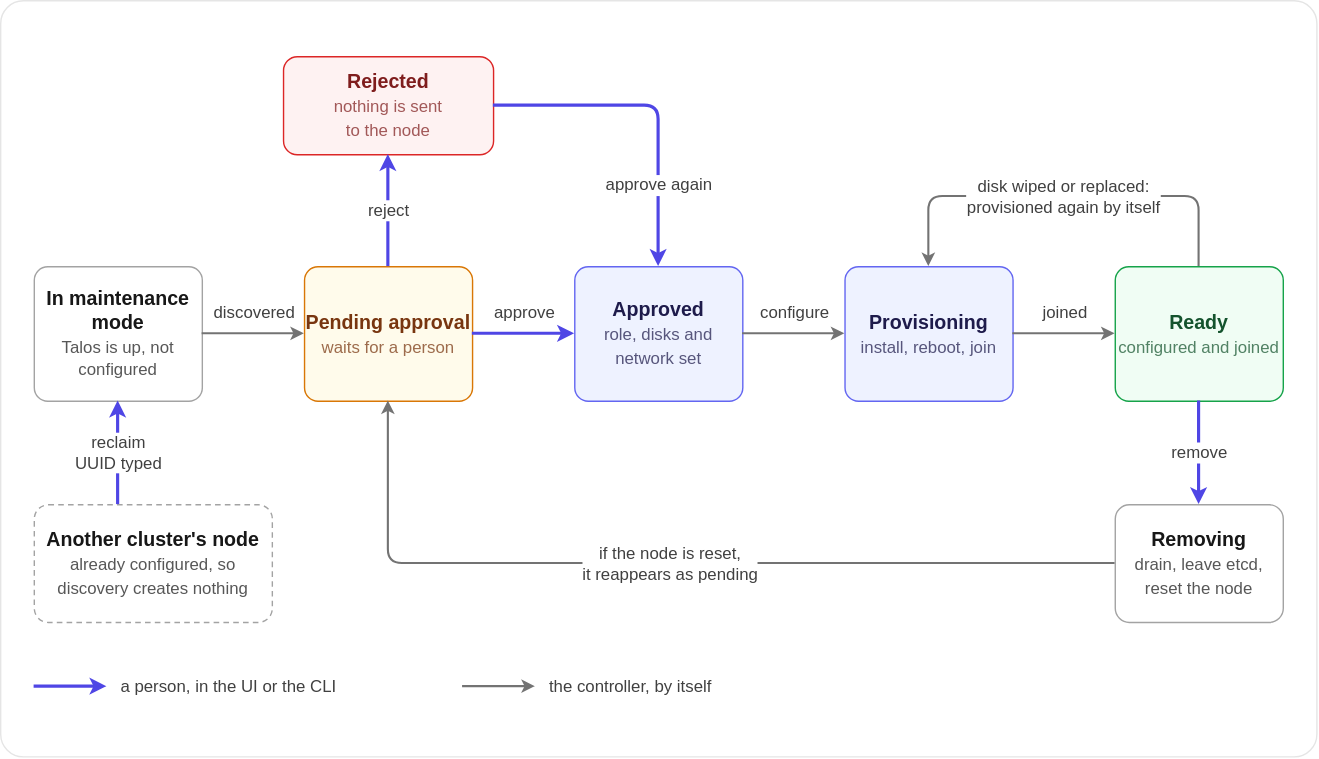
This is docs/images/machine-lifecycle.light.drawio.svg from maeshinshin/ichor, a draw.io export, as it was before one commit. Source tidied: cells renumbered, new cells last; positions are measured from the earlier drawing's top-left corner, leaving out a move shared by most shapes.
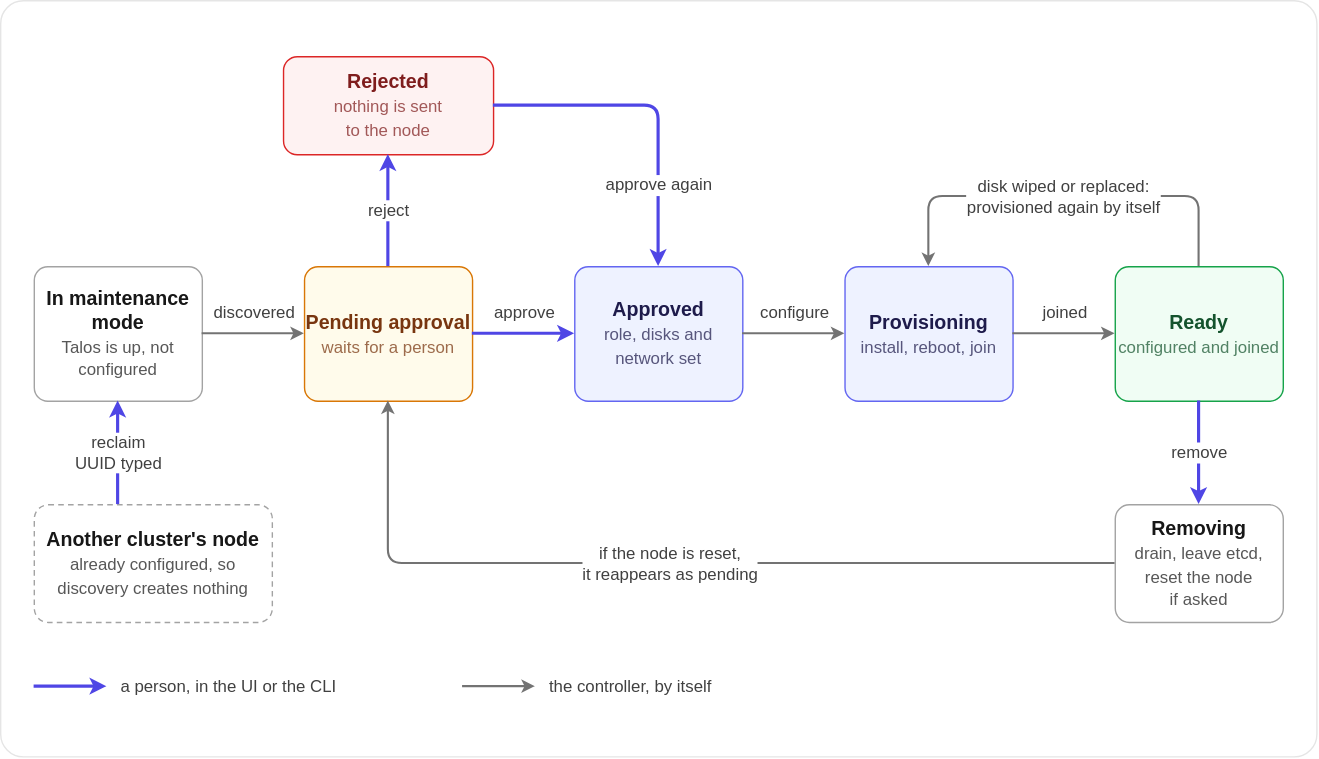
After the change.

Commit message:
docs(diagrams): machine-lifecycle: say the node is reset only if asked

What changed in the source:
```diff
@@ -23,7 +23,7 @@
     <mxCell id="8" value="&lt;b&gt;Rejected&lt;/b&gt;&lt;br&gt;&lt;span style=&quot;font-size:12px;opacity:0.72&quot;&gt;nothing is sent&lt;br&gt;to the node&lt;/span&gt;" style="rounded=1;arcSize=14;whiteSpace=wrap;html=1;fillColor=light-dark(#FEF2F2,#2D1213);strokeColor=light-dark(#DC2626,#F87171);strokeWidth=1;fontColor=light-dark(#7F1D1D,#FECACA);fontFamily=Helvetica;fontSize=14;align=center;verticalAlign=middle;" parent="1" vertex="1">
       <mxGeometry x="202" y="40" width="150" height="70" as="geometry" />
     </mxCell>
-    <mxCell id="9" value="&lt;b&gt;Removing&lt;/b&gt;&lt;br&gt;&lt;span style=&quot;font-size:12px;opacity:0.72&quot;&gt;drain, leave etcd, reset the node&lt;/span&gt;" style="rounded=1;arcSize=12;whiteSpace=wrap;html=1;fillColor=light-dark(#FFFFFF,#1A1A1A);strokeColor=light-dark(#A3A3A3,#525252);strokeWidth=1;fontColor=light-dark(#171717,#FAFAFA);fontFamily=Helvetica;fontSize=14;align=center;verticalAlign=middle;" parent="1" vertex="1">
+    <mxCell id="9" value="&lt;b&gt;Removing&lt;/b&gt;&lt;br&gt;&lt;span style=&quot;font-size:12px;opacity:0.72&quot;&gt;drain, leave etcd,&lt;br&gt;reset the node&lt;br&gt;if asked&lt;/span&gt;" style="rounded=1;arcSize=12;whiteSpace=wrap;html=1;fillColor=light-dark(#FFFFFF,#1A1A1A);strokeColor=light-dark(#A3A3A3,#525252);strokeWidth=1;fontColor=light-dark(#171717,#FAFAFA);fontFamily=Helvetica;fontSize=14;align=center;verticalAlign=middle;" parent="1" vertex="1">
       <mxGeometry x="796" y="360" width="120" height="84" as="geometry" />
     </mxCell>
     <mxCell id="10" value="&lt;b&gt;Another cluster's node&lt;/b&gt;&lt;br&gt;&lt;span style=&quot;font-size:12px;opacity:0.72&quot;&gt;already configured, so discovery creates nothing&lt;/span&gt;" style="rounded=1;arcSize=12;whiteSpace=wrap;html=1;fillColor=light-dark(#FFFFFF,#1A1A1A);strokeColor=light-dark(#A3A3A3,#525252);strokeWidth=1;fontColor=light-dark(#171717,#FAFAFA);fontFamily=Helvetica;fontSize=14;align=center;verticalAlign=middle;dashed=1;dashPattern=4 3;" parent="1" vertex="1">
```
